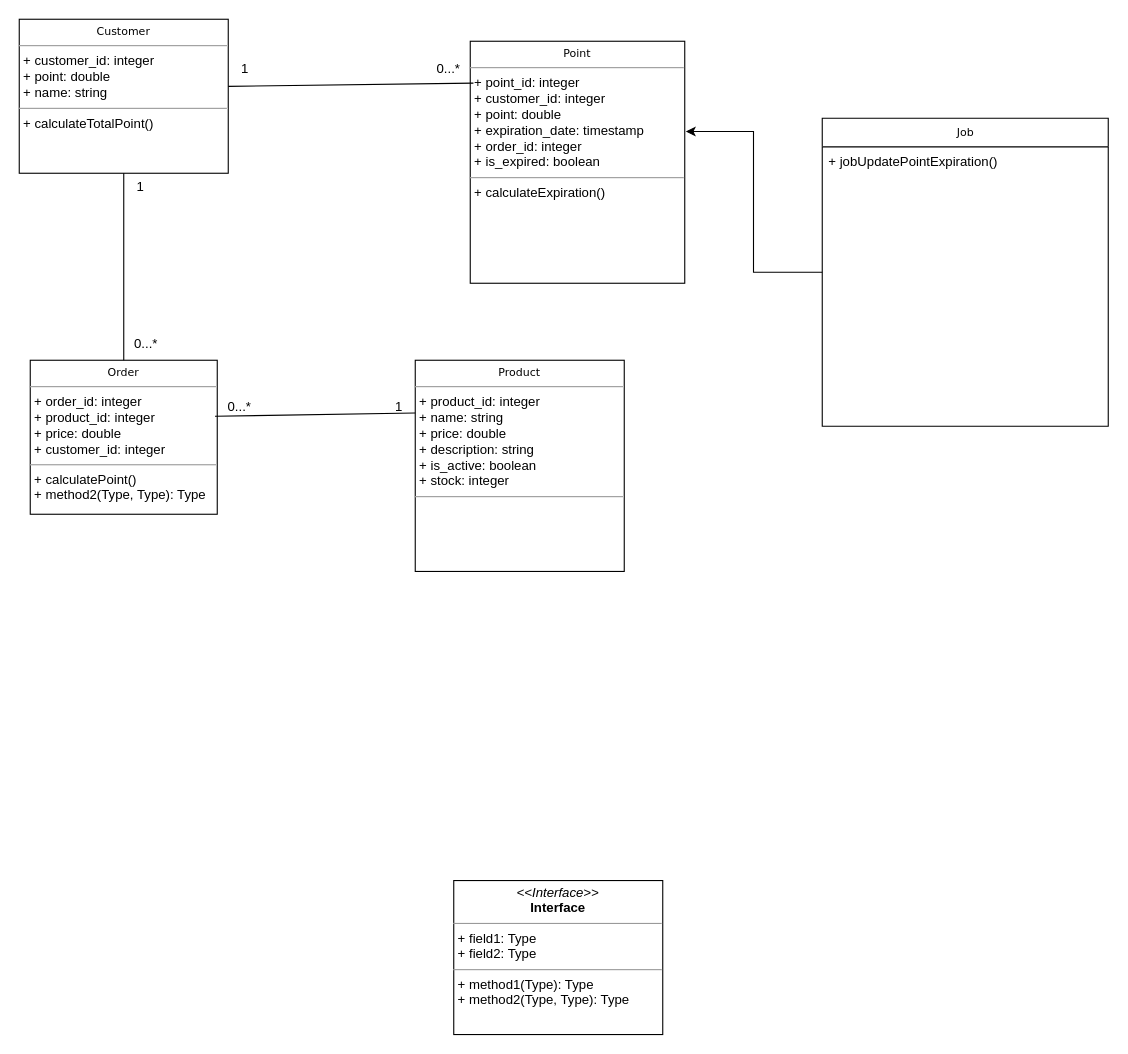
Before: Untitled Diagram.drawio in Hilarion18/sandbox, a draw.io diagram. Source tidied: cells renumbered, new cells numbered last; positions are measured from the earlier drawing's top-left corner, leaving out a move shared by most shapes. Both pictures are drawn from the tidied source at 110%, with x=0, y=0 at pixel (19, 19).
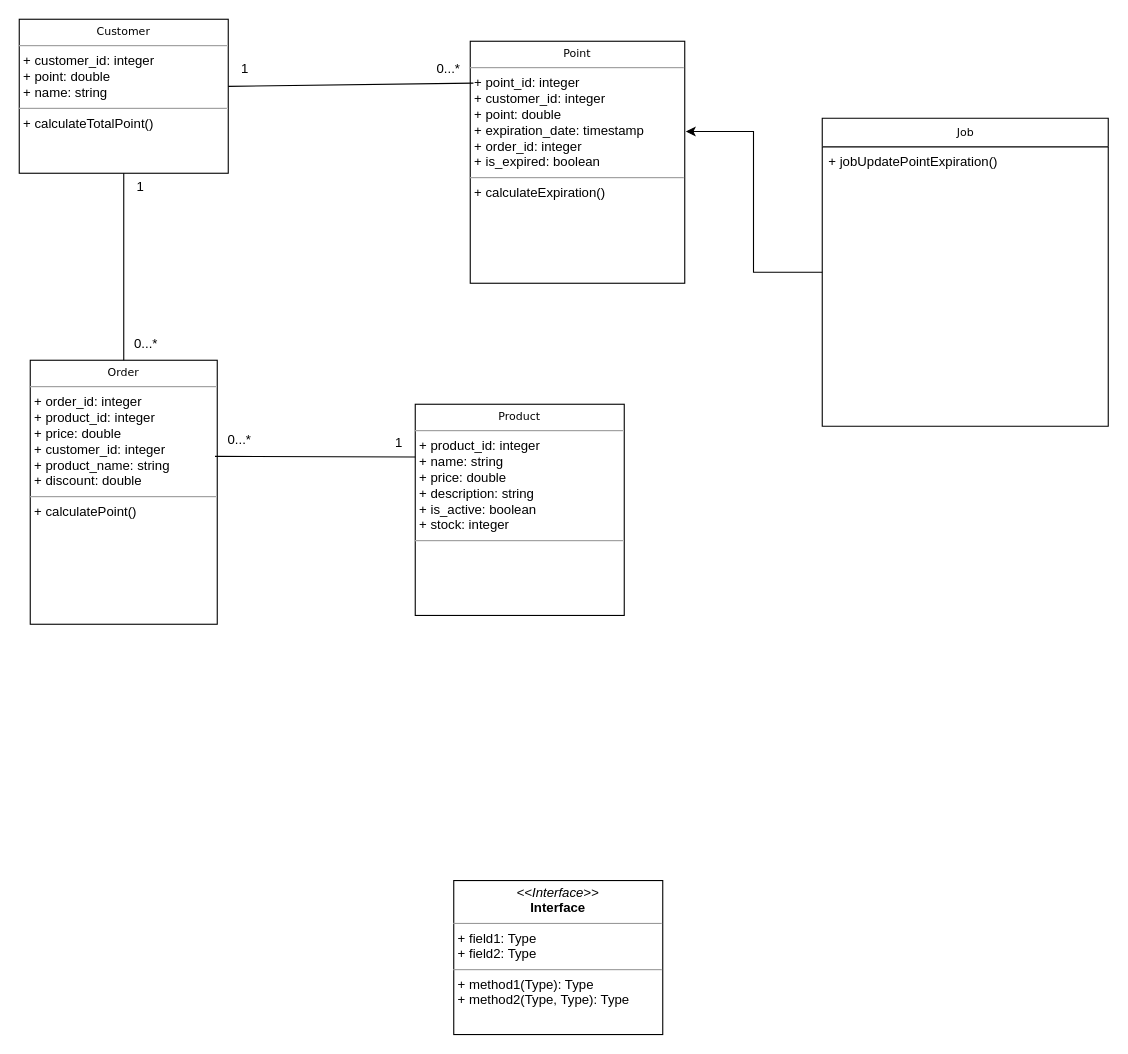
After the change.

What changed in the source:
```diff
@@
-    <mxCell id="9" value="&lt;p style=&quot;margin:0px;margin-top:4px;text-align:center;&quot;&gt;&lt;span style=&quot;font-family: Verdana; font-size: 10px;&quot;&gt;Order&lt;/span&gt;&lt;br&gt;&lt;/p&gt;&lt;hr size=&quot;1&quot;&gt;&lt;p style=&quot;margin:0px;margin-left:4px;&quot;&gt;&lt;span style=&quot;white-space: normal;&quot;&gt;+ order_id: integer&lt;/span&gt;&lt;br&gt;&lt;/p&gt;&lt;p style=&quot;margin:0px;margin-left:4px;&quot;&gt;&lt;span style=&quot;white-space: normal;&quot;&gt;+ product_id: integer&lt;/span&gt;&lt;span style=&quot;text-wrap-mode: wrap;&quot;&gt;&lt;br&gt;&lt;/span&gt;&lt;span style=&quot;white-space: normal;&quot;&gt;+ price: double&lt;/span&gt;&lt;br&gt;&lt;/p&gt;&lt;p style=&quot;margin:0px;margin-left:4px;&quot;&gt;&lt;span style=&quot;white-space: normal;&quot;&gt;+ customer_id: integer&lt;/span&gt;&lt;span style=&quot;white-space: normal;&quot;&gt;&lt;br&gt;&lt;/span&gt;&lt;/p&gt;&lt;hr size=&quot;1&quot;&gt;&lt;p style=&quot;margin:0px;margin-left:4px;&quot;&gt;+ calculatePoint()&lt;br&gt;+ method2(Type, Type): Type&lt;/p&gt;" style="verticalAlign=top;align=left;overflow=fill;fontSize=12;fontFamily=Helvetica;html=1;rounded=0;shadow=0;comic=0;labelBackgroundColor=none;strokeWidth=1;" parent="1" vertex="1">
-      <mxGeometry x="10" y="310" width="170" height="140" as="geometry" />
+    <mxCell id="9" value="&lt;p style=&quot;margin:0px;margin-top:4px;text-align:center;&quot;&gt;&lt;span style=&quot;font-family: Verdana; font-size: 10px;&quot;&gt;Order&lt;/span&gt;&lt;br&gt;&lt;/p&gt;&lt;hr size=&quot;1&quot;&gt;&lt;p style=&quot;margin:0px;margin-left:4px;&quot;&gt;&lt;span style=&quot;white-space: normal;&quot;&gt;+ order_id: integer&lt;/span&gt;&lt;br&gt;&lt;/p&gt;&lt;p style=&quot;margin:0px;margin-left:4px;&quot;&gt;&lt;span style=&quot;white-space: normal;&quot;&gt;+ product_id: integer&lt;/span&gt;&lt;span style=&quot;text-wrap-mode: wrap;&quot;&gt;&lt;br&gt;&lt;/span&gt;&lt;span style=&quot;white-space: normal;&quot;&gt;+ price: double&lt;/span&gt;&lt;br&gt;&lt;/p&gt;&lt;p style=&quot;margin:0px;margin-left:4px;&quot;&gt;&lt;span style=&quot;white-space: normal;&quot;&gt;+ customer_id: integer&lt;/span&gt;&lt;span style=&quot;white-space: normal;&quot;&gt;&lt;br&gt;&lt;/span&gt;&lt;/p&gt;&lt;p style=&quot;margin:0px;margin-left:4px;&quot;&gt;&lt;span style=&quot;white-space: normal;&quot;&gt;+ product_name: string&lt;/span&gt;&lt;/p&gt;&lt;p style=&quot;margin:0px;margin-left:4px;&quot;&gt;&lt;span style=&quot;white-space: normal;&quot;&gt;+ discount: double&lt;/span&gt;&lt;/p&gt;&lt;hr size=&quot;1&quot;&gt;&lt;p style=&quot;margin:0px;margin-left:4px;&quot;&gt;+ calculatePoint()&lt;br&gt;&lt;/p&gt;" style="verticalAlign=top;align=left;overflow=fill;fontSize=12;fontFamily=Helvetica;html=1;rounded=0;shadow=0;comic=0;labelBackgroundColor=none;strokeWidth=1;" parent="1" vertex="1">
+      <mxGeometry x="10" y="310" width="170" height="240" as="geometry" />
     </mxCell>
     <mxCell id="10" value="&lt;p style=&quot;margin:0px;margin-top:4px;text-align:center;&quot;&gt;&lt;span style=&quot;font-family: Verdana; font-size: 10px;&quot;&gt;Product&lt;/span&gt;&lt;br&gt;&lt;/p&gt;&lt;hr size=&quot;1&quot;&gt;&lt;p style=&quot;margin:0px;margin-left:4px;&quot;&gt;&lt;span style=&quot;white-space: normal;&quot;&gt;+ product_id: integer&lt;/span&gt;&lt;br&gt;&lt;/p&gt;&lt;p style=&quot;margin:0px;margin-left:4px;&quot;&gt;&lt;span style=&quot;white-space: normal;&quot;&gt;+ name: string&lt;/span&gt;&lt;span style=&quot;white-space: normal;&quot;&gt;&lt;br&gt;&lt;/span&gt;&lt;/p&gt;&lt;p style=&quot;margin:0px;margin-left:4px;&quot;&gt;&lt;span style=&quot;white-space: normal;&quot;&gt;+ price: double&lt;/span&gt;&lt;br&gt;&lt;/p&gt;&lt;p style=&quot;margin:0px;margin-left:4px;&quot;&gt;&lt;span style=&quot;white-space: normal;&quot;&gt;+ description: string&lt;/span&gt;&lt;span style=&quot;white-space: normal;&quot;&gt;&lt;br&gt;&lt;/span&gt;&lt;/p&gt;&lt;p style=&quot;margin:0px;margin-left:4px;&quot;&gt;&lt;span style=&quot;white-space: normal;&quot;&gt;+ is_active: boolean&lt;/span&gt;&lt;/p&gt;&lt;p style=&quot;margin:0px;margin-left:4px;&quot;&gt;&lt;span style=&quot;white-space: normal;&quot;&gt;+ stock: integer&lt;/span&gt;&lt;/p&gt;&lt;hr size=&quot;1&quot;&gt;&lt;p style=&quot;margin:0px;margin-left:4px;&quot;&gt;&lt;br&gt;&lt;/p&gt;" style="verticalAlign=top;align=left;overflow=fill;fontSize=12;fontFamily=Helvetica;html=1;rounded=0;shadow=0;comic=0;labelBackgroundColor=none;strokeWidth=1;" parent="1" vertex="1">
-      <mxGeometry x="360" y="310" width="190" height="192" as="geometry" />
+      <mxGeometry x="360" y="350" width="190" height="192" as="geometry" />
     </mxCell>
@@
     <mxCell id="15" value="1" style="text;html=1;align=center;verticalAlign=middle;strokeColor=none;fillColor=none;" parent="1" vertex="1">
-      <mxGeometry x="330" y="338" width="30" height="30" as="geometry" />
+      <mxGeometry x="330" y="370" width="30" height="30" as="geometry" />
     </mxCell>
     <mxCell id="16" value="0...*" style="text;html=1;align=center;verticalAlign=middle;strokeColor=none;fillColor=none;" parent="1" vertex="1">
-      <mxGeometry x="180" y="338" width="40" height="30" as="geometry" />
+      <mxGeometry x="180" y="368" width="40" height="30" as="geometry" />
     </mxCell>
```
